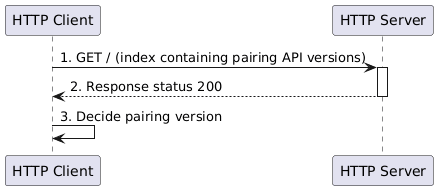
Above: website/static/img/communication-layer/api_version_selection.png in flexiblepower/s2-documentation (PlantUML), before the change.
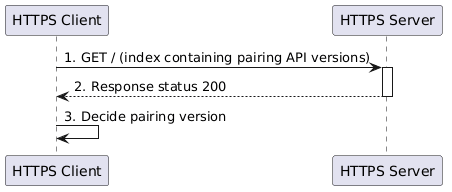
After the commit.

Commit message:
Used HTTPS consistently instead of HTTP

What changed in the source:
```diff
@@ -1,6 +1,6 @@
 @startuml
-participant "HTTP Client" as Client
-participant "HTTP Server" as Server
+participant "HTTPS Client" as Client
+participant "HTTPS Server" as Server
 
 Client->Server++: 1. GET / (index containing pairing API versions)
 Server-->Client: 2. Response status 200
```
